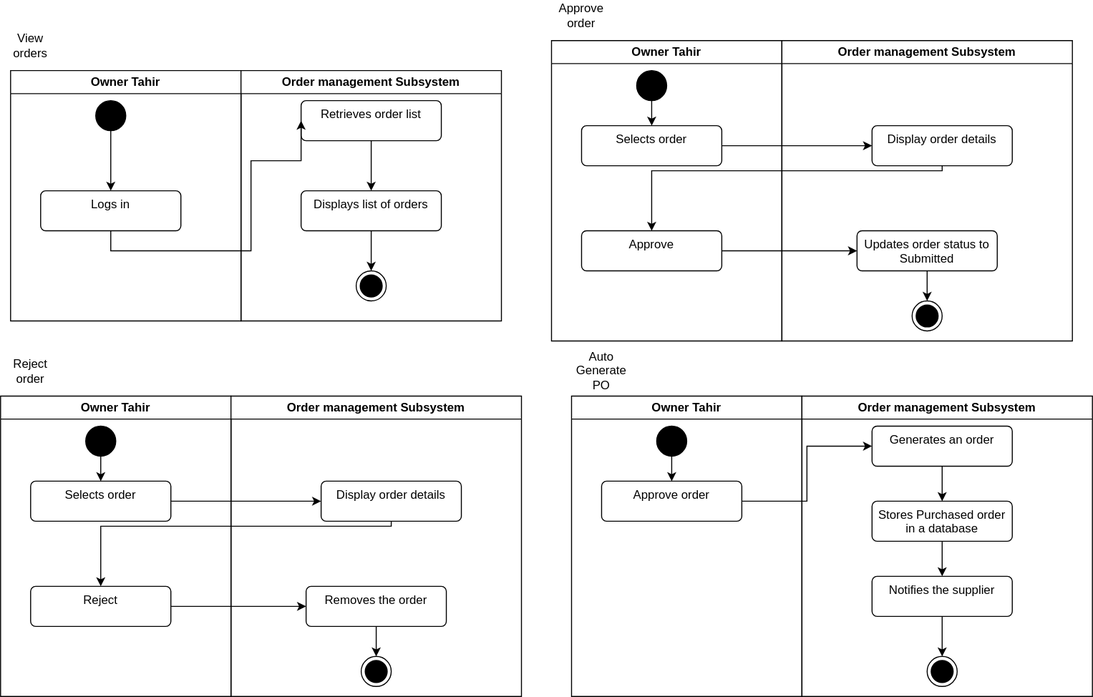
Above: order_act.svg in Simamkele88/IFM3_GP (draw.io), before the change. Source tidied: cells renumbered, new cells last; positions are measured from the earlier drawing's top-left corner, leaving out a move shared by most shapes.
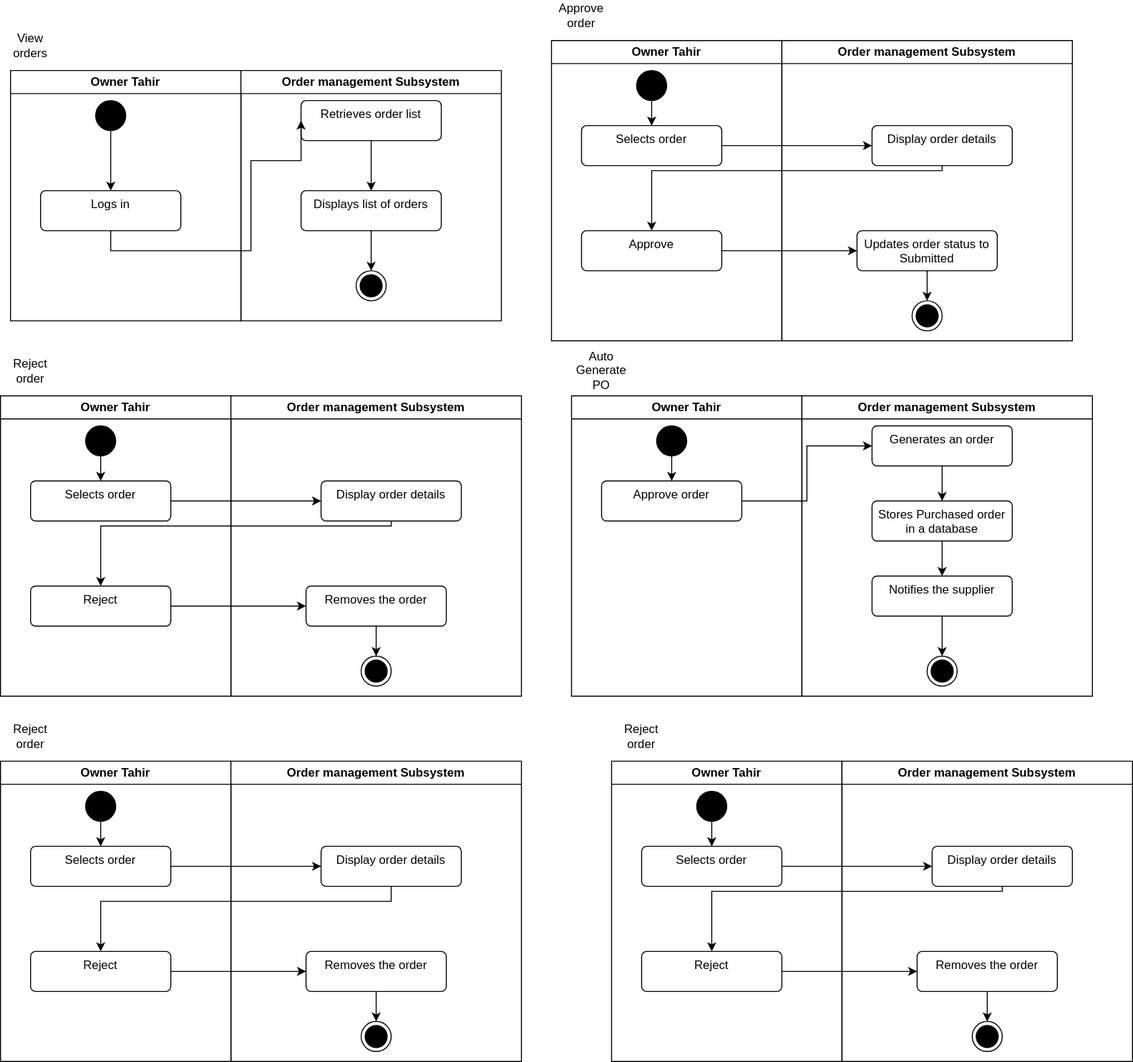
The same diagram one commit later.

What changed in the source:
```diff
@@ -179,5 +179,99 @@
     <mxCell id="55" style="edgeStyle=orthogonalEdgeStyle;rounded=0;jettySize=auto;html=1;entryX=0;entryY=0.5;entryDx=0;entryDy=0;" parent="1" edge="1" source="45" target="48">
       <mxGeometry relative="1" as="geometry" />
     </mxCell>
+    <mxCell id="56" value="Owner Tahir" style="swimlane;whiteSpace=wrap;html=1;" parent="1" vertex="1">
+      <mxGeometry y="760" width="230" height="300" as="geometry" />
+    </mxCell>
+    <mxCell id="57" style="edgeStyle=orthogonalEdgeStyle;rounded=0;jettySize=auto;html=1;" parent="56" edge="1" source="58" target="59">
+      <mxGeometry relative="1" as="geometry" />
+    </mxCell>
+    <mxCell id="58" style="ellipse;fillColor=strokeColor;html=1;" parent="56" vertex="1">
+      <mxGeometry x="85" y="30" width="30" height="30" as="geometry" />
+    </mxCell>
+    <mxCell id="59" value="Selects order" style="html=1;align=center;verticalAlign=top;rounded=1;absoluteArcSize=1;arcSize=10;dashed=0;whiteSpace=wrap;" parent="56" vertex="1">
+      <mxGeometry x="30" y="85" width="140" height="40" as="geometry" />
+    </mxCell>
+    <mxCell id="60" value="Reject" style="html=1;align=center;verticalAlign=top;rounded=1;absoluteArcSize=1;arcSize=10;dashed=0;whiteSpace=wrap;" parent="56" vertex="1">
+      <mxGeometry x="30" y="190" width="140" height="40" as="geometry" />
+    </mxCell>
+    <mxCell id="61" value="Order management Subsystem" style="swimlane;whiteSpace=wrap;html=1;" parent="1" vertex="1">
+      <mxGeometry x="230" y="760" width="290" height="300" as="geometry" />
+    </mxCell>
+    <mxCell id="62" style="ellipse;html=1;shape=endState;fillColor=strokeColor;" parent="61" vertex="1">
+      <mxGeometry x="130" y="260" width="30" height="30" as="geometry" />
+    </mxCell>
+    <mxCell id="63" value="Display order details" style="html=1;align=center;verticalAlign=top;rounded=1;absoluteArcSize=1;arcSize=10;dashed=0;whiteSpace=wrap;" parent="61" vertex="1">
+      <mxGeometry x="90" y="85" width="140" height="40" as="geometry" />
+    </mxCell>
+    <mxCell id="64" style="edgeStyle=orthogonalEdgeStyle;rounded=0;jettySize=auto;html=1;" parent="61" edge="1" source="65" target="62">
+      <mxGeometry relative="1" as="geometry" />
+    </mxCell>
+    <mxCell id="65" value="Removes the order" style="html=1;align=center;verticalAlign=top;rounded=1;absoluteArcSize=1;arcSize=10;dashed=0;whiteSpace=wrap;" parent="61" vertex="1">
+      <mxGeometry x="75" y="190" width="140" height="40" as="geometry" />
+    </mxCell>
+    <mxCell id="66" style="edgeStyle=orthogonalEdgeStyle;rounded=0;jettySize=auto;html=1;entryX=0;entryY=0.5;entryDx=0;entryDy=0;" parent="1" edge="1" source="59" target="63">
+      <mxGeometry relative="1" as="geometry" />
+    </mxCell>
+    <mxCell id="67" style="edgeStyle=orthogonalEdgeStyle;rounded=0;jettySize=auto;html=1;entryX=0.5;entryY=0;entryDx=0;entryDy=0;" parent="1" edge="1" source="63" target="60">
+      <mxGeometry relative="1" as="geometry">
+        <Array as="points">
+          <mxPoint x="390" y="900" />
+          <mxPoint x="100" y="900" />
+        </Array>
+      </mxGeometry>
+    </mxCell>
+    <mxCell id="68" style="edgeStyle=orthogonalEdgeStyle;rounded=0;jettySize=auto;html=1;entryX=0;entryY=0.5;entryDx=0;entryDy=0;" parent="1" edge="1" source="60" target="65">
+      <mxGeometry relative="1" as="geometry" />
+    </mxCell>
+    <mxCell id="69" value="Reject order" style="text;html=1;align=center;verticalAlign=middle;whiteSpace=wrap;rounded=0;" parent="1" vertex="1">
+      <mxGeometry y="720" width="60" height="30" as="geometry" />
+    </mxCell>
+    <mxCell id="70" value="Owner Tahir" style="swimlane;whiteSpace=wrap;html=1;" parent="1" vertex="1">
+      <mxGeometry x="610" y="760" width="230" height="300" as="geometry" />
+    </mxCell>
+    <mxCell id="71" style="edgeStyle=orthogonalEdgeStyle;rounded=0;jettySize=auto;html=1;" parent="70" edge="1" source="72" target="73">
+      <mxGeometry relative="1" as="geometry" />
+    </mxCell>
+    <mxCell id="72" style="ellipse;fillColor=strokeColor;html=1;" parent="70" vertex="1">
+      <mxGeometry x="85" y="30" width="30" height="30" as="geometry" />
+    </mxCell>
+    <mxCell id="73" value="Selects order" style="html=1;align=center;verticalAlign=top;rounded=1;absoluteArcSize=1;arcSize=10;dashed=0;whiteSpace=wrap;" parent="70" vertex="1">
+      <mxGeometry x="30" y="85" width="140" height="40" as="geometry" />
+    </mxCell>
+    <mxCell id="74" value="Reject" style="html=1;align=center;verticalAlign=top;rounded=1;absoluteArcSize=1;arcSize=10;dashed=0;whiteSpace=wrap;" parent="70" vertex="1">
+      <mxGeometry x="30" y="190" width="140" height="40" as="geometry" />
+    </mxCell>
+    <mxCell id="75" value="Order management Subsystem" style="swimlane;whiteSpace=wrap;html=1;" parent="1" vertex="1">
+      <mxGeometry x="840" y="760" width="290" height="300" as="geometry" />
+    </mxCell>
+    <mxCell id="76" style="ellipse;html=1;shape=endState;fillColor=strokeColor;" parent="75" vertex="1">
+      <mxGeometry x="130" y="260" width="30" height="30" as="geometry" />
+    </mxCell>
+    <mxCell id="77" value="Display order details" style="html=1;align=center;verticalAlign=top;rounded=1;absoluteArcSize=1;arcSize=10;dashed=0;whiteSpace=wrap;" parent="75" vertex="1">
+      <mxGeometry x="90" y="85" width="140" height="40" as="geometry" />
+    </mxCell>
+    <mxCell id="78" style="edgeStyle=orthogonalEdgeStyle;rounded=0;jettySize=auto;html=1;" parent="75" edge="1" source="79" target="76">
+      <mxGeometry relative="1" as="geometry" />
+    </mxCell>
+    <mxCell id="79" value="Removes the order" style="html=1;align=center;verticalAlign=top;rounded=1;absoluteArcSize=1;arcSize=10;dashed=0;whiteSpace=wrap;" parent="75" vertex="1">
+      <mxGeometry x="75" y="190" width="140" height="40" as="geometry" />
+    </mxCell>
+    <mxCell id="80" style="edgeStyle=orthogonalEdgeStyle;rounded=0;jettySize=auto;html=1;entryX=0;entryY=0.5;entryDx=0;entryDy=0;" parent="1" edge="1" source="73" target="77">
+      <mxGeometry relative="1" as="geometry" />
+    </mxCell>
+    <mxCell id="81" style="edgeStyle=orthogonalEdgeStyle;rounded=0;jettySize=auto;html=1;entryX=0.5;entryY=0;entryDx=0;entryDy=0;" parent="1" edge="1" source="77" target="74">
+      <mxGeometry relative="1" as="geometry">
+        <Array as="points">
+          <mxPoint x="1000" y="890" />
+          <mxPoint x="710" y="890" />
+        </Array>
+      </mxGeometry>
+    </mxCell>
+    <mxCell id="82" style="edgeStyle=orthogonalEdgeStyle;rounded=0;jettySize=auto;html=1;entryX=0;entryY=0.5;entryDx=0;entryDy=0;" parent="1" edge="1" source="74" target="79">
+      <mxGeometry relative="1" as="geometry" />
+    </mxCell>
+    <mxCell id="83" value="Reject order" style="text;html=1;align=center;verticalAlign=middle;whiteSpace=wrap;rounded=0;" parent="1" vertex="1">
+      <mxGeometry x="610" y="720" width="60" height="30" as="geometry" />
+    </mxCell>
   </root>
 </mxGraphModel>
```
